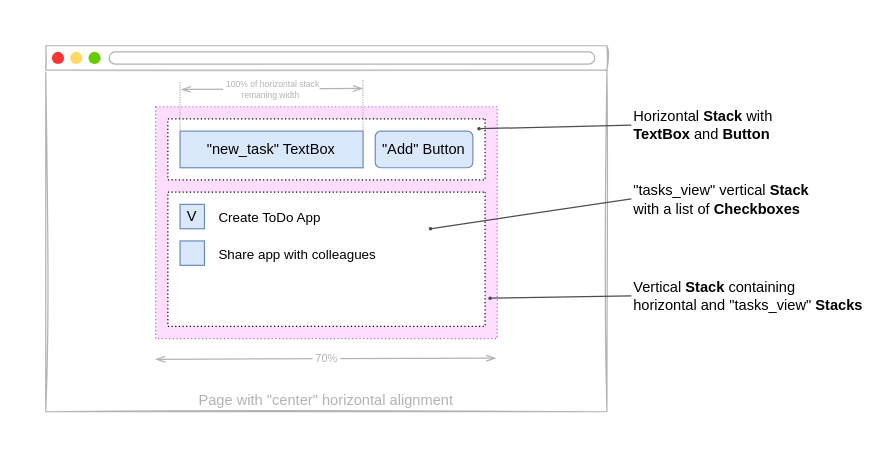
This is page "Step 1" (1 of 2) of drawings/ToDo tutorial/ToDo tutorial.drawio from flet-dev/website, a draw.io file, before an edit. Source tidied: cells renumbered, new cells numbered last; positions are measured from the earlier drawing's top-left corner, leaving out a move shared by most shapes. Both pictures are drawn from the tidied source at 122%, with x=0, y=0 at pixel (21, 21).
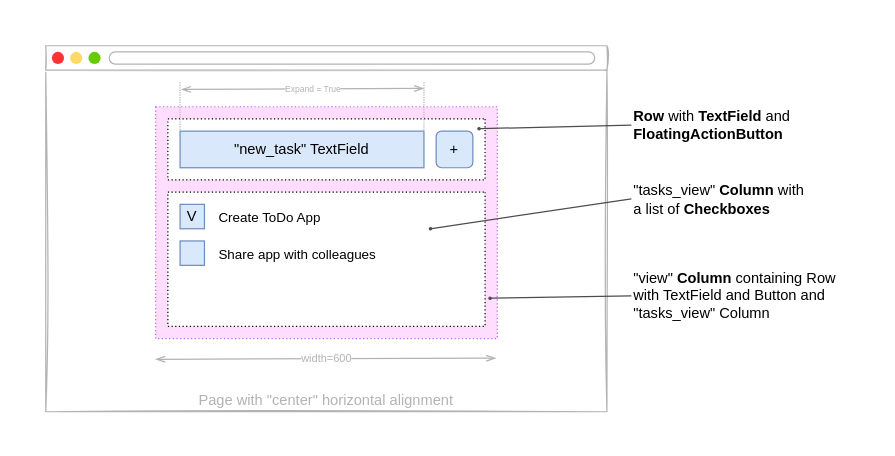
The same page after the edit.

Unchanged cells that the change refers to:
```xml
<mxCell id="3" value="Page with &quot;center&quot; horizontal alignment" style="rounded=0;whiteSpace=wrap;html=1;sketch=1;verticalAlign=bottom;strokeColor=#B3B3B3;fontColor=#B3B3B3;" parent="1" vertex="1">
  <mxGeometry x="20" y="40" width="460" height="280" as="geometry" />
</mxCell>
<mxCell id="22" style="endArrow=openThin;startArrow=openThin;html=1;strokeColor=#B3B3B3;fontSize=11;fontColor=#B3B3B3;entryX=0.8;entryY=0.754;entryDx=0;entryDy=0;entryPerimeter=0;exitX=0.193;exitY=0.757;exitDx=0;exitDy=0;exitPerimeter=0;startFill=0;endFill=0;" parent="1" edge="1">
  <mxGeometry relative="1" as="geometry">
    <mxPoint x="109.9" y="277" as="sourcePoint" />
    <mxPoint x="389.1" y="276.1" as="targetPoint" />
  </mxGeometry>
</mxCell>
```

What changed in the source:
```diff
@@
-    <mxCell id="6" value="&quot;new_task&quot; TextBox" style="rounded=0;whiteSpace=wrap;html=1;fillColor=#dae8fc;sketch=0;strokeColor=#6c8ebf;" parent="1" vertex="1">
-      <mxGeometry x="130.1" y="90" width="150" height="30" as="geometry" />
+    <mxCell id="6" value="&quot;new_task&quot; TextField" style="rounded=0;whiteSpace=wrap;html=1;fillColor=#dae8fc;sketch=0;strokeColor=#6c8ebf;" parent="1" vertex="1">
+      <mxGeometry x="130.1" y="90" width="199.9" height="30" as="geometry" />
     </mxCell>
-    <mxCell id="7" value="&quot;Add&quot; Button" style="rounded=1;whiteSpace=wrap;html=1;fillColor=#dae8fc;sketch=0;strokeColor=#6c8ebf;" parent="1" vertex="1">
-      <mxGeometry x="290.1" y="90" width="80" height="30" as="geometry" />
+    <mxCell id="7" value="&amp;nbsp;+&amp;nbsp;" style="rounded=1;whiteSpace=wrap;html=1;fillColor=#dae8fc;sketch=0;strokeColor=#6c8ebf;" parent="1" vertex="1">
+      <mxGeometry x="340" y="90" width="30.1" height="30" as="geometry" />
     </mxCell>
@@
-    <mxCell id="9" value="Horizontal &lt;b style=&quot;font-size: 12px;&quot;&gt;Stack &lt;/b&gt;with &lt;b style=&quot;font-size: 12px;&quot;&gt;TextBox &lt;/b&gt;and &lt;b style=&quot;font-size: 12px;&quot;&gt;Button&lt;/b&gt;" style="text;html=1;strokeColor=none;fillColor=none;align=left;verticalAlign=middle;whiteSpace=wrap;rounded=0;dashed=1;dashPattern=1 2;sketch=0;fontSize=12;" parent="1" vertex="1">
+    <mxCell id="9" value="&lt;b style=&quot;font-size: 12px;&quot;&gt;Row&amp;nbsp;&lt;/b&gt;with &lt;b style=&quot;font-size: 12px;&quot;&gt;TextField&amp;nbsp;&lt;/b&gt;and &lt;b&gt;FloatingAction&lt;/b&gt;&lt;b style=&quot;font-size: 12px;&quot;&gt;Button&lt;/b&gt;" style="text;html=1;strokeColor=none;fillColor=none;align=left;verticalAlign=middle;whiteSpace=wrap;rounded=0;dashed=1;dashPattern=1 2;sketch=0;fontSize=12;" parent="1" vertex="1">
       <mxGeometry x="500" y="70" width="150" height="30" as="geometry" />
     </mxCell>
@@
-    <mxCell id="15" value="&quot;tasks_view&quot; vertical &lt;b style=&quot;font-size: 12px;&quot;&gt;Stack &lt;/b&gt;with a list of&amp;nbsp;&lt;b style=&quot;font-size: 12px;&quot;&gt;Checkboxes&lt;/b&gt;" style="text;html=1;strokeColor=none;fillColor=none;align=left;verticalAlign=middle;whiteSpace=wrap;rounded=0;dashed=1;dashPattern=1 2;sketch=0;fontSize=12;" parent="1" vertex="1">
+    <mxCell id="15" value="&quot;tasks_view&quot; &lt;b&gt;Column&lt;span style=&quot;font-size: 12px;&quot;&gt;&amp;nbsp;&lt;/span&gt;&lt;/b&gt;with a list of&amp;nbsp;&lt;b style=&quot;font-size: 12px;&quot;&gt;Checkboxes&lt;/b&gt;" style="text;html=1;strokeColor=none;fillColor=none;align=left;verticalAlign=middle;whiteSpace=wrap;rounded=0;dashed=1;dashPattern=1 2;sketch=0;fontSize=12;" parent="1" vertex="1">
       <mxGeometry x="500" y="130" width="150" height="31" as="geometry" />
     </mxCell>
@@
-    <mxCell id="23" value="&amp;nbsp;70%&amp;nbsp;" style="edgeLabel;html=1;align=center;verticalAlign=middle;fontSize=9;fontColor=#B3B3B3;" parent="22" vertex="1">
+    <mxCell id="23" value="width=600" style="edgeLabel;html=1;align=center;verticalAlign=middle;fontSize=9;fontColor=#B3B3B3;" parent="22" vertex="1">
       <mxGeometry x="0.36" relative="1" as="geometry">
         <mxPoint x="-50.1" as="offset" />
       </mxGeometry>
     </mxCell>
-    <mxCell id="24" value="Vertical &lt;b style=&quot;font-size: 12px;&quot;&gt;Stack &lt;/b&gt;containing horizontal and &quot;tasks_view&quot; &lt;b style=&quot;font-size: 12px;&quot;&gt;Stacks&lt;/b&gt;" style="text;html=1;strokeColor=none;fillColor=none;align=left;verticalAlign=middle;whiteSpace=wrap;rounded=0;dashed=1;dashPattern=1 2;sketch=0;fontSize=12;" parent="1" vertex="1">
+    <mxCell id="24" value="&lt;span style=&quot;font-size: 12px;&quot;&gt;&quot;view&quot;&lt;b&gt; Column&lt;/b&gt;&lt;/span&gt;&lt;b style=&quot;font-size: 12px;&quot;&gt;&amp;nbsp;&lt;/b&gt;containing Row with TextField and Button and &quot;tasks_view&quot; Column" style="text;html=1;strokeColor=none;fillColor=none;align=left;verticalAlign=middle;whiteSpace=wrap;rounded=0;dashed=1;dashPattern=1 2;sketch=0;fontSize=12;" parent="1" vertex="1">
       <mxGeometry x="500" y="210" width="190" height="30" as="geometry" />
     </mxCell>
@@
     <mxCell id="26" style="endArrow=openThin;startArrow=openThin;html=1;strokeColor=#B3B3B3;fontSize=11;fontColor=#B3B3B3;exitX=0.193;exitY=0.757;exitDx=0;exitDy=0;exitPerimeter=0;startFill=0;endFill=0;" parent="1" edge="1">
       <mxGeometry relative="1" as="geometry">
         <mxPoint x="131" y="55.8" as="sourcePoint" />
-        <mxPoint x="280" y="55" as="targetPoint" />
+        <mxPoint x="330" y="55" as="targetPoint" />
       </mxGeometry>
     </mxCell>
-    <mxCell id="27" value="&amp;nbsp;100% of horizontal stack&lt;br style=&quot;font-size: 7px;&quot;&gt;remaning width&amp;nbsp;" style="edgeLabel;html=1;align=center;verticalAlign=middle;fontSize=7;fontColor=#B3B3B3;" parent="26" vertex="1">
+    <mxCell id="27" value="Expand = True" style="edgeLabel;html=1;align=center;verticalAlign=middle;fontSize=7;fontColor=#B3B3B3;" parent="26" vertex="1">
       <mxGeometry x="0.36" relative="1" as="geometry">
         <mxPoint x="-27.6" as="offset" />
       </mxGeometry>
     </mxCell>
@@
-    <mxCell id="29" style="endArrow=none;dashed=1;html=1;dashPattern=1 1;strokeWidth=1;fontSize=9;fontColor=#B3B3B3;entryX=1;entryY=0;entryDx=0;entryDy=0;strokeColor=#B3B3B3;exitX=0.565;exitY=0.029;exitDx=0;exitDy=0;exitPerimeter=0;" parent="1" edge="1" source="3" target="6">
-      <mxGeometry relative="1" as="geometry" />
+    <mxCell id="29" style="endArrow=none;dashed=1;html=1;dashPattern=1 1;strokeWidth=1;fontSize=9;fontColor=#B3B3B3;entryX=1;entryY=0;entryDx=0;entryDy=0;strokeColor=#B3B3B3;" parent="1" edge="1" target="6">
+      <mxGeometry relative="1" as="geometry">
+        <mxPoint x="330" y="50" as="sourcePoint" />
+      </mxGeometry>
     </mxCell>
```
